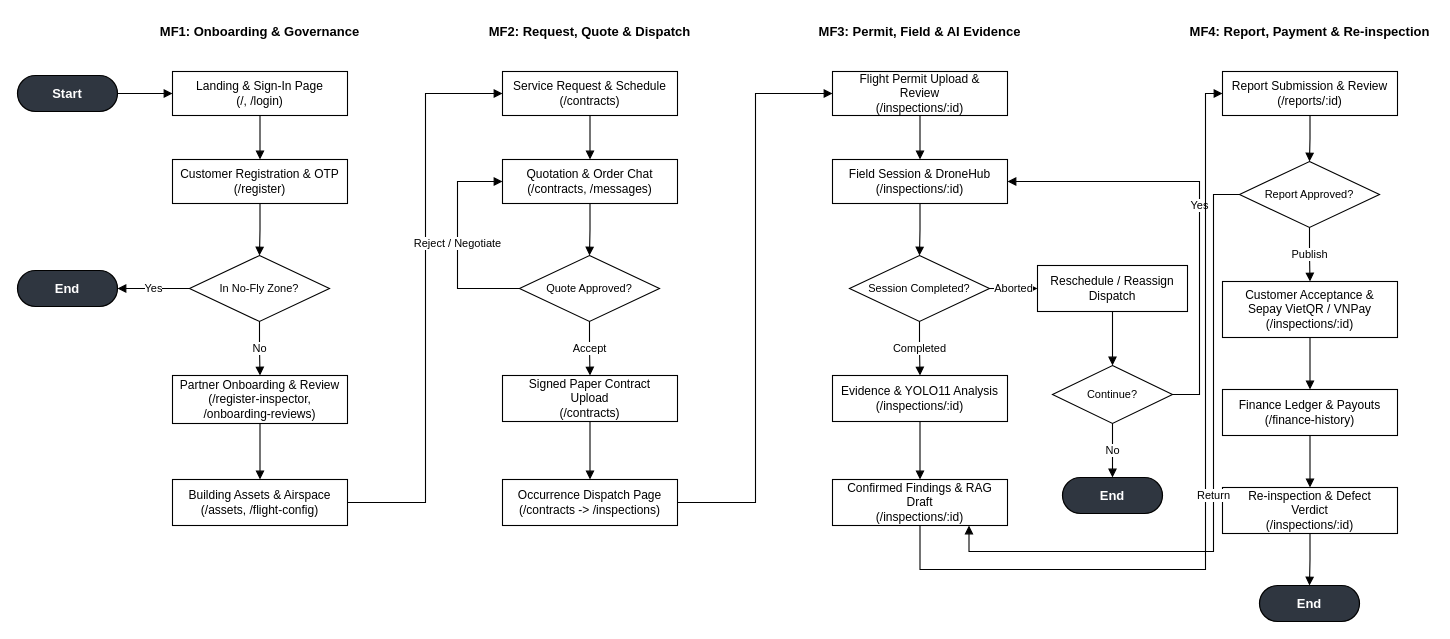
This is page "Web Application Screen Flow" (1 of 2) of diagrams/smartdrone-screen-flow-diagrams.drawio from tungbach12/SmartDroneInspection-Docs, a draw.io file, before an edit. Source tidied: cells renumbered, new cells numbered last; positions are measured from the earlier drawing's top-left corner, leaving out a move shared by most shapes. Both pictures are drawn from the tidied source at 100%, with x=0, y=0 at pixel (17, 17).
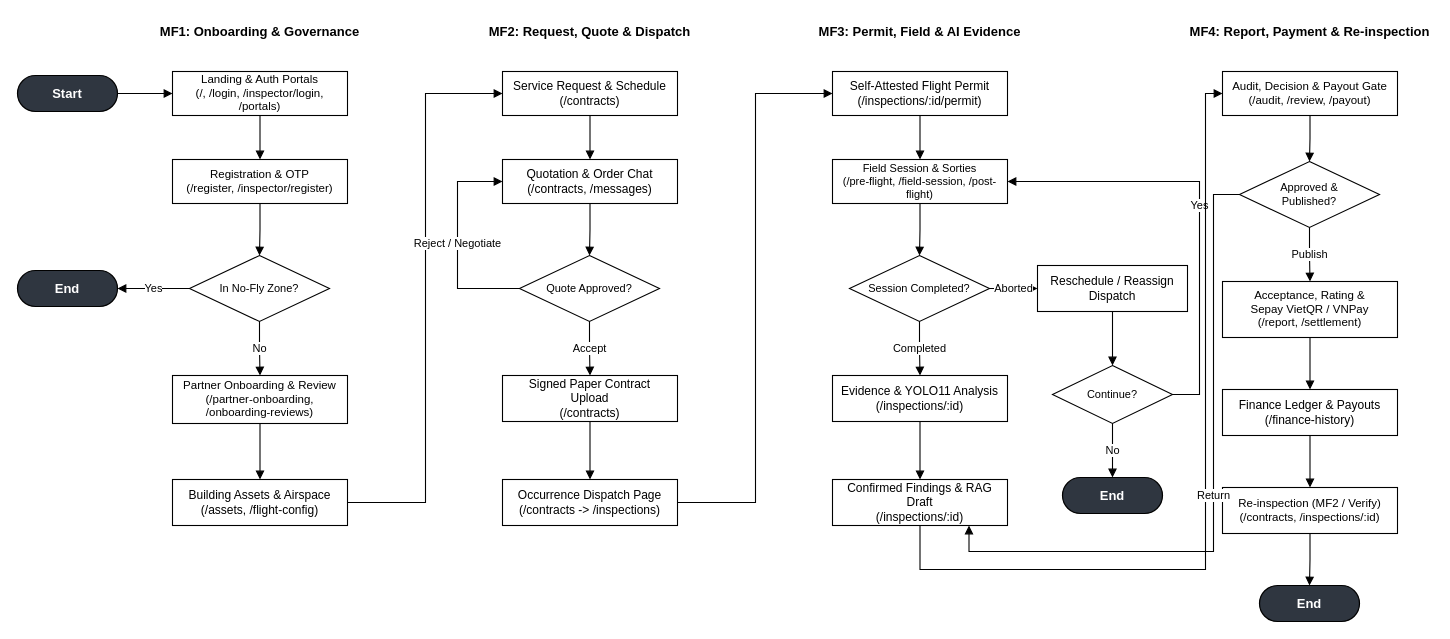
After the change.

Change to the diagram source:
```diff
@@
-    <mxCell id="8" value="Landing &amp;amp; Sign-In Page&lt;br&gt;(/, /login)" style="rounded=0;whiteSpace=wrap;html=1;fillColor=#ffffff;strokeColor=#000000;strokeWidth=1.1;fontColor=#000000;fontSize=12;fontFamily=Helvetica;align=center;verticalAlign=middle;spacingLeft=6;spacingRight=6;" parent="1" vertex="1">
+    <mxCell id="8" value="Landing &amp;amp; Auth Portals&lt;br&gt;(/, /login, /inspector/login, /portals)" style="rounded=0;whiteSpace=wrap;html=1;fillColor=#ffffff;strokeColor=#000000;strokeWidth=1.1;fontColor=#000000;fontSize=11.5;fontFamily=Helvetica;align=center;verticalAlign=middle;spacingLeft=6;spacingRight=6;" parent="1" vertex="1">
       <mxGeometry x="155" y="54" width="175" height="44" as="geometry" />
     </mxCell>
-    <mxCell id="9" value="Customer Registration &amp;amp; OTP&lt;br&gt;(/register)" style="rounded=0;whiteSpace=wrap;html=1;fillColor=#ffffff;strokeColor=#000000;strokeWidth=1.1;fontColor=#000000;fontSize=12;fontFamily=Helvetica;align=center;verticalAlign=middle;spacingLeft=6;spacingRight=6;" parent="1" vertex="1">
+    <mxCell id="9" value="Registration &amp;amp; OTP&lt;br&gt;(/register, /inspector/register)" style="rounded=0;whiteSpace=wrap;html=1;fillColor=#ffffff;strokeColor=#000000;strokeWidth=1.1;fontColor=#000000;fontSize=11.5;fontFamily=Helvetica;align=center;verticalAlign=middle;spacingLeft=6;spacingRight=6;" parent="1" vertex="1">
       <mxGeometry x="155" y="142" width="175" height="44" as="geometry" />
     </mxCell>
@@
-    <mxCell id="11" value="Partner Onboarding &amp;amp; Review&lt;br&gt;(/register-inspector, /onboarding-reviews)" style="rounded=0;whiteSpace=wrap;html=1;fillColor=#ffffff;strokeColor=#000000;strokeWidth=1.1;fontColor=#000000;fontSize=12;fontFamily=Helvetica;align=center;verticalAlign=middle;spacingLeft=6;spacingRight=6;" parent="1" vertex="1">
+    <mxCell id="11" value="Partner Onboarding &amp;amp; Review&lt;br&gt;(/partner-onboarding, /onboarding-reviews)" style="rounded=0;whiteSpace=wrap;html=1;fillColor=#ffffff;strokeColor=#000000;strokeWidth=1.1;fontColor=#000000;fontSize=11.5;fontFamily=Helvetica;align=center;verticalAlign=middle;spacingLeft=6;spacingRight=6;" parent="1" vertex="1">
       <mxGeometry x="155" y="358" width="175" height="48" as="geometry" />
     </mxCell>
@@
-    <mxCell id="18" value="Flight Permit Upload &amp;amp; Review&lt;br&gt;(/inspections/:id)" style="rounded=0;whiteSpace=wrap;html=1;fillColor=#ffffff;strokeColor=#000000;strokeWidth=1.1;fontColor=#000000;fontSize=12;fontFamily=Helvetica;align=center;verticalAlign=middle;spacingLeft=6;spacingRight=6;" parent="1" vertex="1">
+    <mxCell id="18" value="Self-Attested Flight Permit&lt;br&gt;(/inspections/:id/permit)" style="rounded=0;whiteSpace=wrap;html=1;fillColor=#ffffff;strokeColor=#000000;strokeWidth=1.1;fontColor=#000000;fontSize=12;fontFamily=Helvetica;align=center;verticalAlign=middle;spacingLeft=6;spacingRight=6;" parent="1" vertex="1">
       <mxGeometry x="815" y="54" width="175" height="44" as="geometry" />
     </mxCell>
-    <mxCell id="19" value="Field Session &amp;amp; DroneHub&lt;br&gt;(/inspections/:id)" style="rounded=0;whiteSpace=wrap;html=1;fillColor=#ffffff;strokeColor=#000000;strokeWidth=1.1;fontColor=#000000;fontSize=12;fontFamily=Helvetica;align=center;verticalAlign=middle;spacingLeft=6;spacingRight=6;" parent="1" vertex="1">
+    <mxCell id="19" value="Field Session &amp;amp; Sorties&lt;br&gt;(/pre-flight, /field-session, /post-flight)" style="rounded=0;whiteSpace=wrap;html=1;fillColor=#ffffff;strokeColor=#000000;strokeWidth=1.1;fontColor=#000000;fontSize=11;fontFamily=Helvetica;align=center;verticalAlign=middle;spacingLeft=6;spacingRight=6;" parent="1" vertex="1">
       <mxGeometry x="815" y="142" width="175" height="44" as="geometry" />
     </mxCell>
@@
-    <mxCell id="26" value="Report Submission &amp;amp; Review&lt;br&gt;(/reports/:id)" style="rounded=0;whiteSpace=wrap;html=1;fillColor=#ffffff;strokeColor=#000000;strokeWidth=1.1;fontColor=#000000;fontSize=12;fontFamily=Helvetica;align=center;verticalAlign=middle;spacingLeft=6;spacingRight=6;" parent="1" vertex="1">
+    <mxCell id="26" value="Audit, Decision &amp;amp; Payout Gate&lt;br&gt;(/audit, /review, /payout)" style="rounded=0;whiteSpace=wrap;html=1;fillColor=#ffffff;strokeColor=#000000;strokeWidth=1.1;fontColor=#000000;fontSize=11.5;fontFamily=Helvetica;align=center;verticalAlign=middle;spacingLeft=6;spacingRight=6;" parent="1" vertex="1">
       <mxGeometry x="1205" y="54" width="175" height="44" as="geometry" />
     </mxCell>
-    <mxCell id="27" value="Report Approved?" style="rhombus;whiteSpace=wrap;html=1;fillColor=#ffffff;strokeColor=#000000;strokeWidth=1.1;fontColor=#000000;fontSize=11;fontFamily=Helvetica;align=center;verticalAlign=middle;" parent="1" vertex="1">
+    <mxCell id="27" value="Approved &amp;amp;&lt;br&gt;Published?" style="rhombus;whiteSpace=wrap;html=1;fillColor=#ffffff;strokeColor=#000000;strokeWidth=1.1;fontColor=#000000;fontSize=11;fontFamily=Helvetica;align=center;verticalAlign=middle;" parent="1" vertex="1">
       <mxGeometry x="1222" y="144" width="140" height="66" as="geometry" />
     </mxCell>
-    <mxCell id="28" value="Customer Acceptance &amp;amp;&lt;br&gt;Sepay VietQR / VNPay&lt;br&gt;(/inspections/:id)" style="rounded=0;whiteSpace=wrap;html=1;fillColor=#ffffff;strokeColor=#000000;strokeWidth=1.1;fontColor=#000000;fontSize=12;fontFamily=Helvetica;align=center;verticalAlign=middle;spacingLeft=6;spacingRight=6;" parent="1" vertex="1">
+    <mxCell id="28" value="Acceptance, Rating &amp;amp;&lt;br&gt;Sepay VietQR / VNPay&lt;br&gt;(/report, /settlement)" style="rounded=0;whiteSpace=wrap;html=1;fillColor=#ffffff;strokeColor=#000000;strokeWidth=1.1;fontColor=#000000;fontSize=11.5;fontFamily=Helvetica;align=center;verticalAlign=middle;spacingLeft=6;spacingRight=6;" parent="1" vertex="1">
       <mxGeometry x="1205" y="264" width="175" height="56" as="geometry" />
     </mxCell>
@@
-    <mxCell id="30" value="Re-inspection &amp;amp; Defect Verdict&lt;br&gt;(/inspections/:id)" style="rounded=0;whiteSpace=wrap;html=1;fillColor=#ffffff;strokeColor=#000000;strokeWidth=1.1;fontColor=#000000;fontSize=12;fontFamily=Helvetica;align=center;verticalAlign=middle;spacingLeft=6;spacingRight=6;" parent="1" vertex="1">
+    <mxCell id="30" value="Re-inspection (MF2 / Verify)&lt;br&gt;(/contracts, /inspections/:id)" style="rounded=0;whiteSpace=wrap;html=1;fillColor=#ffffff;strokeColor=#000000;strokeWidth=1.1;fontColor=#000000;fontSize=11.5;fontFamily=Helvetica;align=center;verticalAlign=middle;spacingLeft=6;spacingRight=6;" parent="1" vertex="1">
       <mxGeometry x="1205" y="470" width="175" height="46" as="geometry" />
     </mxCell>
```
